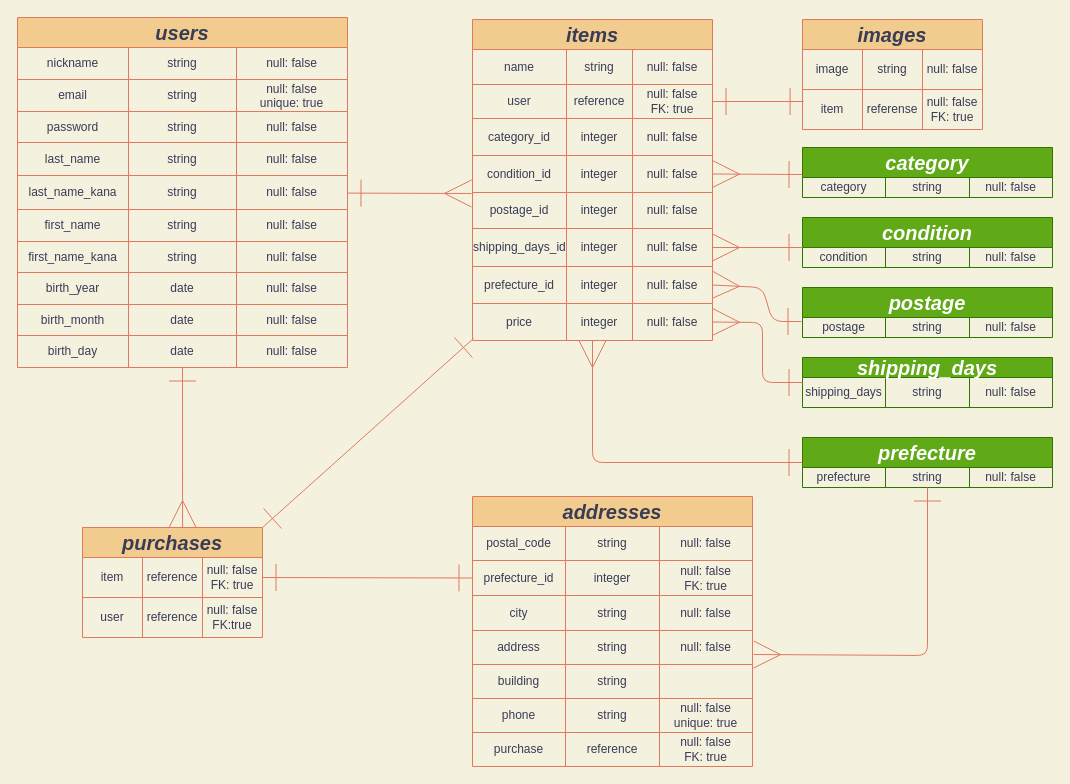
Before: furima.dio in fufu717/furima-30483, a draw.io diagram. Source tidied: cells renumbered, new cells numbered last; positions are measured from the earlier drawing's top-left corner, leaving out a move shared by most shapes. Both pictures are drawn from the tidied source at 100%, with x=0, y=0 at pixel (17, 17).
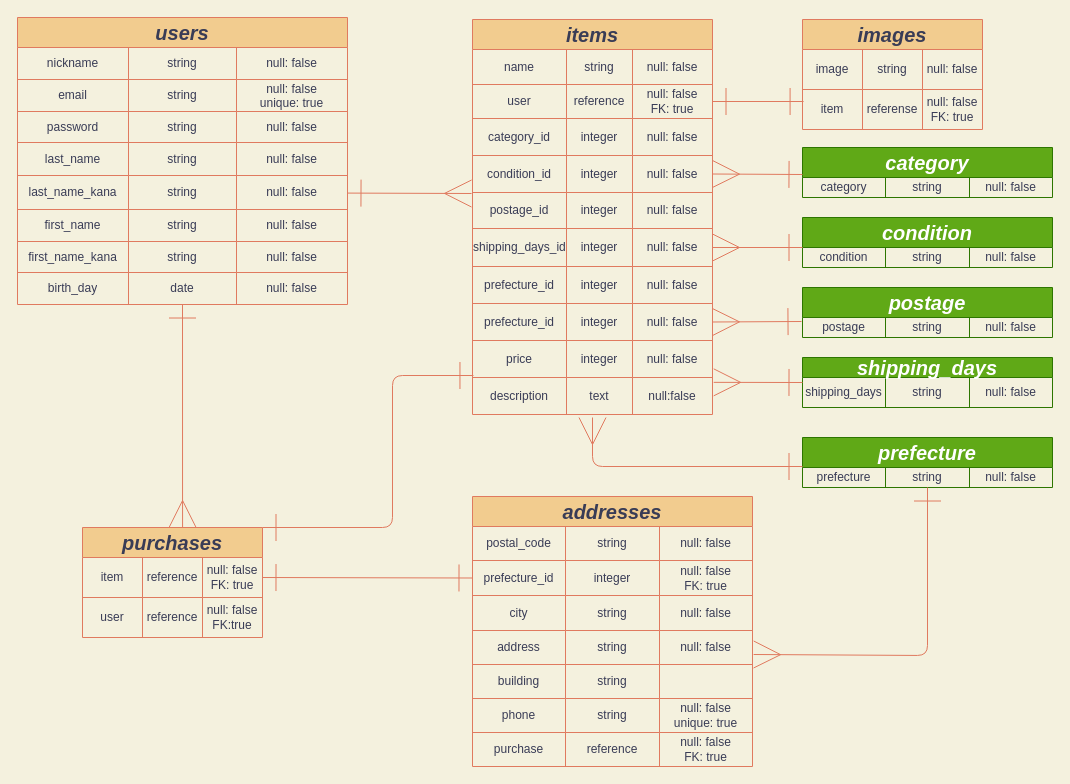
After the change.

Commit message (it also covers changes not shown here):
アソシエーションの修正

Unchanged cells that the change refers to:
```xml
<mxCell id="45" value="&lt;font style=&quot;font-size: 20px&quot;&gt;&lt;i&gt;purchases&lt;/i&gt;&lt;/font&gt;" style="shape=table;html=1;whiteSpace=wrap;startSize=30;childLayout=tableLayout;fontStyle=1;align=center;fillColor=#F2CC8F;strokeColor=#E07A5F;fontColor=#393C56;" parent="1" vertex="1">
  <mxGeometry x="65" y="510" width="180" height="110" as="geometry" />
</mxCell>
<mxCell id="136" style="shape=partialRectangle;html=1;whiteSpace=wrap;fillColor=none;top=0;left=0;bottom=0;right=0;points=[[0,0.5],[1,0.5]];portConstraint=eastwest;strokeColor=#E07A5F;fontColor=#393C56;" parent="135" vertex="1">
  <mxGeometry y="30" width="250" height="20" as="geometry" />
</mxCell>
<mxCell id="140" value="&lt;span style=&quot;font-size: 20px&quot;&gt;&lt;i&gt;shipping_days&lt;/i&gt;&lt;/span&gt;" style="shape=table;html=1;whiteSpace=wrap;startSize=20;childLayout=tableLayout;fontStyle=1;align=center;fillColor=#60a917;strokeColor=#2D7600;fontColor=#ffffff;" parent="1" vertex="1">
  <mxGeometry x="785" y="340" width="250" height="50" as="geometry" />
</mxCell>
<mxCell id="145" value="&lt;span style=&quot;font-size: 20px&quot;&gt;&lt;i&gt;prefecture&lt;/i&gt;&lt;/span&gt;" style="shape=table;html=1;whiteSpace=wrap;startSize=30;childLayout=tableLayout;fontStyle=1;align=center;fillColor=#60a917;strokeColor=#2D7600;fontColor=#ffffff;" parent="1" vertex="1">
  <mxGeometry x="785" y="420" width="250" height="50" as="geometry" />
</mxCell>
```

Diff of the diagram source:
```diff
@@
     <mxCell id="2" value="&lt;i&gt;&lt;font style=&quot;font-size: 20px&quot;&gt;users&lt;/font&gt;&lt;/i&gt;" style="shape=table;html=1;whiteSpace=wrap;startSize=30;childLayout=tableLayout;fontStyle=1;align=center;fillColor=#F2CC8F;strokeColor=#E07A5F;fontColor=#393C56;" parent="1" vertex="1">
-      <mxGeometry width="330" height="350" as="geometry" />
+      <mxGeometry width="330" height="287" as="geometry" />
     </mxCell>
@@
-    <mxCell id="31" style="shape=partialRectangle;html=1;whiteSpace=wrap;fillColor=none;top=0;left=0;bottom=0;right=0;strokeColor=#E07A5F;fontColor=#393C56;" parent="2" vertex="1">
-      <mxGeometry y="255" width="330" height="32" as="geometry" />
-    </mxCell>
-    <mxCell id="32" value="birth_year" style="shape=partialRectangle;html=1;whiteSpace=wrap;fillColor=none;top=0;left=0;bottom=0;right=0;overflow=hidden;strokeColor=#E07A5F;fontColor=#393C56;" parent="31" vertex="1">
-      <mxGeometry width="111" height="32" as="geometry" />
-    </mxCell>
-    <mxCell id="33" value="date" style="shape=partialRectangle;html=1;whiteSpace=wrap;fillColor=none;top=0;left=0;bottom=0;right=0;overflow=hidden;strokeColor=#E07A5F;fontColor=#393C56;" parent="31" vertex="1">
-      <mxGeometry x="111" width="108" height="32" as="geometry" />
-    </mxCell>
-    <mxCell id="34" value="null: false" style="shape=partialRectangle;html=1;whiteSpace=wrap;fillColor=none;top=0;left=0;bottom=0;right=0;overflow=hidden;strokeColor=#E07A5F;fontColor=#393C56;" parent="31" vertex="1">
-      <mxGeometry x="219" width="111" height="32" as="geometry" />
-    </mxCell>
-    <mxCell id="35" style="shape=partialRectangle;html=1;whiteSpace=wrap;fillColor=none;top=0;left=0;bottom=0;right=0;strokeColor=#E07A5F;fontColor=#393C56;" parent="2" vertex="1">
-      <mxGeometry y="287" width="330" height="31" as="geometry" />
-    </mxCell>
-    <mxCell id="36" value="birth_month" style="shape=partialRectangle;html=1;whiteSpace=wrap;fillColor=none;top=0;left=0;bottom=0;right=0;overflow=hidden;strokeColor=#E07A5F;fontColor=#393C56;" parent="35" vertex="1">
-      <mxGeometry width="111" height="31" as="geometry" />
-    </mxCell>
-    <mxCell id="37" value="date" style="shape=partialRectangle;html=1;whiteSpace=wrap;fillColor=none;top=0;left=0;bottom=0;right=0;overflow=hidden;strokeColor=#E07A5F;fontColor=#393C56;" parent="35" vertex="1">
-      <mxGeometry x="111" width="108" height="31" as="geometry" />
-    </mxCell>
-    <mxCell id="38" value="null: false" style="shape=partialRectangle;html=1;whiteSpace=wrap;fillColor=none;top=0;left=0;bottom=0;right=0;overflow=hidden;strokeColor=#E07A5F;fontColor=#393C56;" parent="35" vertex="1">
-      <mxGeometry x="219" width="111" height="31" as="geometry" />
-    </mxCell>
     <mxCell id="39" style="shape=partialRectangle;html=1;whiteSpace=wrap;fillColor=none;top=0;left=0;bottom=0;right=0;points=[[0,0.5],[1,0.5]];portConstraint=eastwest;strokeColor=#E07A5F;fontColor=#393C56;" parent="2" vertex="1">
-      <mxGeometry y="318" width="330" height="32" as="geometry" />
+      <mxGeometry y="255" width="330" height="32" as="geometry" />
     </mxCell>
@@
     <mxCell id="44" style="edgeStyle=none;rounded=1;sketch=0;jettySize=auto;html=1;exitX=1;exitY=0;exitDx=0;exitDy=0;entryX=0.004;entryY=0.946;entryDx=0;entryDy=0;entryPerimeter=0;startArrow=ERone;startFill=0;endArrow=ERone;endFill=0;strokeColor=#E07A5F;fillColor=#F2CC8F;fontColor=#393C56;endSize=25;startSize=25;" parent="1" edge="1" source="45" target="121">
-      <mxGeometry relative="1" as="geometry" />
+      <mxGeometry relative="1" as="geometry">
+        <Array as="points">
+          <mxPoint x="375" y="510" />
+          <mxPoint x="375" y="358" />
+        </Array>
+      </mxGeometry>
     </mxCell>
@@
     <mxCell id="92" value="&lt;font style=&quot;font-size: 20px&quot;&gt;&lt;i&gt;items&lt;/i&gt;&lt;/font&gt;" style="shape=table;html=1;whiteSpace=wrap;startSize=30;childLayout=tableLayout;fontStyle=1;align=center;fillColor=#F2CC8F;strokeColor=#E07A5F;fontColor=#393C56;" parent="1" vertex="1">
-      <mxGeometry x="455" y="2" width="240" height="321" as="geometry" />
+      <mxGeometry x="455" y="2" width="240" height="395" as="geometry" />
     </mxCell>
@@
+    <mxCell id="160" style="shape=partialRectangle;html=1;whiteSpace=wrap;fillColor=none;top=0;left=0;bottom=0;right=0;strokeColor=#E07A5F;fontColor=#393C56;" parent="92" vertex="1">
+      <mxGeometry y="247" width="240" height="37" as="geometry" />
+    </mxCell>
+    <mxCell id="161" value="prefecture_id" style="shape=partialRectangle;html=1;whiteSpace=wrap;fillColor=none;top=0;left=0;bottom=0;right=0;overflow=hidden;strokeColor=#E07A5F;fontColor=#393C56;" parent="160" vertex="1">
+      <mxGeometry width="94" height="37" as="geometry" />
+    </mxCell>
+    <mxCell id="162" value="integer" style="shape=partialRectangle;html=1;whiteSpace=wrap;fillColor=none;top=0;left=0;bottom=0;right=0;overflow=hidden;strokeColor=#E07A5F;fontColor=#393C56;" parent="160" vertex="1">
+      <mxGeometry x="94" width="66" height="37" as="geometry" />
+    </mxCell>
+    <mxCell id="163" value="null: false" style="shape=partialRectangle;html=1;whiteSpace=wrap;fillColor=none;top=0;left=0;bottom=0;right=0;overflow=hidden;strokeColor=#E07A5F;fontColor=#393C56;" parent="160" vertex="1">
+      <mxGeometry x="160" width="80" height="37" as="geometry" />
+    </mxCell>
     <mxCell id="117" style="shape=partialRectangle;html=1;whiteSpace=wrap;fillColor=none;top=0;left=0;bottom=0;right=0;points=[[0,0.5],[1,0.5]];portConstraint=eastwest;strokeColor=#E07A5F;fontColor=#393C56;" parent="92" vertex="1">
-      <mxGeometry y="247" width="240" height="37" as="geometry" />
+      <mxGeometry y="284" width="240" height="37" as="geometry" />
     </mxCell>
@@
     <mxCell id="121" style="shape=partialRectangle;html=1;whiteSpace=wrap;fillColor=none;top=0;left=0;bottom=0;right=0;points=[[0,0.5],[1,0.5]];portConstraint=eastwest;strokeColor=#E07A5F;fontColor=#393C56;" parent="92" vertex="1">
-      <mxGeometry y="284" width="240" height="37" as="geometry" />
+      <mxGeometry y="321" width="240" height="37" as="geometry" />
     </mxCell>
@@
+    <mxCell id="164" style="shape=partialRectangle;html=1;whiteSpace=wrap;fillColor=none;top=0;left=0;bottom=0;right=0;points=[[0,0.5],[1,0.5]];portConstraint=eastwest;strokeColor=#E07A5F;fontColor=#393C56;" parent="92" vertex="1">
+      <mxGeometry y="358" width="240" height="37" as="geometry" />
+    </mxCell>
+    <mxCell id="165" value="description" style="shape=partialRectangle;html=1;whiteSpace=wrap;fillColor=none;top=0;left=0;bottom=0;right=0;overflow=hidden;strokeColor=#E07A5F;fontColor=#393C56;" parent="164" vertex="1">
+      <mxGeometry width="94" height="37" as="geometry" />
+    </mxCell>
+    <mxCell id="166" value="text" style="shape=partialRectangle;html=1;whiteSpace=wrap;fillColor=none;top=0;left=0;bottom=0;right=0;overflow=hidden;strokeColor=#E07A5F;fontColor=#393C56;" parent="164" vertex="1">
+      <mxGeometry x="94" width="66" height="37" as="geometry" />
+    </mxCell>
+    <mxCell id="167" value="null:false" style="shape=partialRectangle;html=1;whiteSpace=wrap;fillColor=none;top=0;left=0;bottom=0;right=0;overflow=hidden;strokeColor=#E07A5F;fontColor=#393C56;" parent="164" vertex="1">
+      <mxGeometry x="160" width="80" height="37" as="geometry" />
+    </mxCell>
@@
-    <mxCell id="153" style="edgeStyle=none;rounded=1;sketch=0;jettySize=auto;html=1;entryX=0;entryY=0.5;entryDx=0;entryDy=0;startArrow=ERmany;startFill=0;startSize=25;sourcePerimeterSpacing=0;endArrow=ERone;endFill=0;endSize=25;targetPerimeterSpacing=0;strokeColor=#E07A5F;fillColor=#F2CC8F;fontColor=#393C56;" parent="1" edge="1" source="121" target="145">
+    <mxCell id="153" style="edgeStyle=none;rounded=1;sketch=0;orthogonalLoop=1;jettySize=auto;html=1;entryX=0;entryY=0.5;entryDx=0;entryDy=0;startArrow=ERmany;startFill=0;startSize=25;sourcePerimeterSpacing=0;endArrow=ERone;endFill=0;endSize=25;targetPerimeterSpacing=0;strokeColor=#E07A5F;fillColor=#F2CC8F;fontColor=#393C56;" parent="1" edge="1">
       <mxGeometry relative="1" as="geometry">
+        <mxPoint x="575" y="400" as="sourcePoint" />
+        <mxPoint x="785" y="449" as="targetPoint" />
         <Array as="points">
-          <mxPoint x="575" y="445" />
+          <mxPoint x="575" y="449" />
         </Array>
       </mxGeometry>
     </mxCell>
     <mxCell id="154" style="edgeStyle=none;rounded=1;sketch=0;jettySize=auto;html=1;exitX=1;exitY=0.5;exitDx=0;exitDy=0;entryX=-0.004;entryY=0.2;entryDx=0;entryDy=0;entryPerimeter=0;startArrow=ERmany;startFill=0;startSize=25;sourcePerimeterSpacing=0;endArrow=ERone;endFill=0;endSize=25;targetPerimeterSpacing=0;strokeColor=#E07A5F;fillColor=#F2CC8F;fontColor=#393C56;" parent="1" edge="1" source="117" target="136">
-      <mxGeometry relative="1" as="geometry">
-        <Array as="points">
-          <mxPoint x="745" y="270" />
-          <mxPoint x="755" y="304" />
-        </Array>
-      </mxGeometry>
+      <mxGeometry relative="1" as="geometry" />
     </mxCell>
@@
-    <mxCell id="159" style="edgeStyle=none;rounded=1;sketch=0;jettySize=auto;html=1;exitX=0;exitY=0.5;exitDx=0;exitDy=0;entryX=1;entryY=0.5;entryDx=0;entryDy=0;startArrow=ERone;startFill=0;startSize=25;sourcePerimeterSpacing=0;endArrow=ERmany;endFill=0;endSize=25;targetPerimeterSpacing=0;strokeColor=#E07A5F;fillColor=#F2CC8F;fontColor=#393C56;" parent="1" edge="1" source="140" target="121">
-      <mxGeometry relative="1" as="geometry">
-        <Array as="points">
-          <mxPoint x="745" y="365" />
-          <mxPoint x="745" y="305" />
-        </Array>
-      </mxGeometry>
+    <mxCell id="159" style="edgeStyle=none;rounded=1;sketch=0;jettySize=auto;html=1;exitX=0;exitY=0.5;exitDx=0;exitDy=0;entryX=1.005;entryY=0.131;entryDx=0;entryDy=0;startArrow=ERone;startFill=0;startSize=25;sourcePerimeterSpacing=0;endArrow=ERmany;endFill=0;endSize=25;targetPerimeterSpacing=0;strokeColor=#E07A5F;fillColor=#F2CC8F;fontColor=#393C56;entryPerimeter=0;" parent="1" edge="1" source="140" target="164">
+      <mxGeometry relative="1" as="geometry" />
     </mxCell>
```
